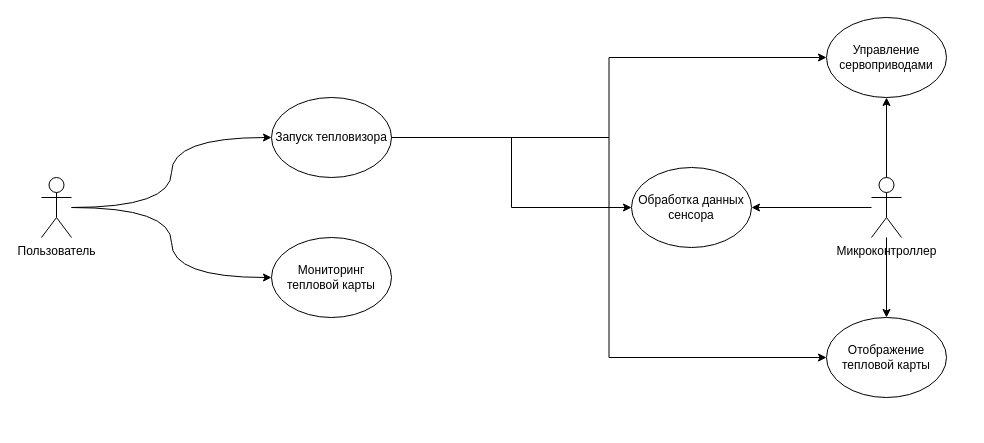
Before: 7SEM/Kurs_Project_Popov/Review/Диаграмма без названия.drawio in dYGamma/VuzUC, a draw.io diagram. Source tidied: cells renumbered, new cells numbered last; positions are measured from the earlier drawing's top-left corner, leaving out a move shared by most shapes. Both pictures are drawn from the tidied source at 100%, with x=0, y=0 at pixel (41, 17).
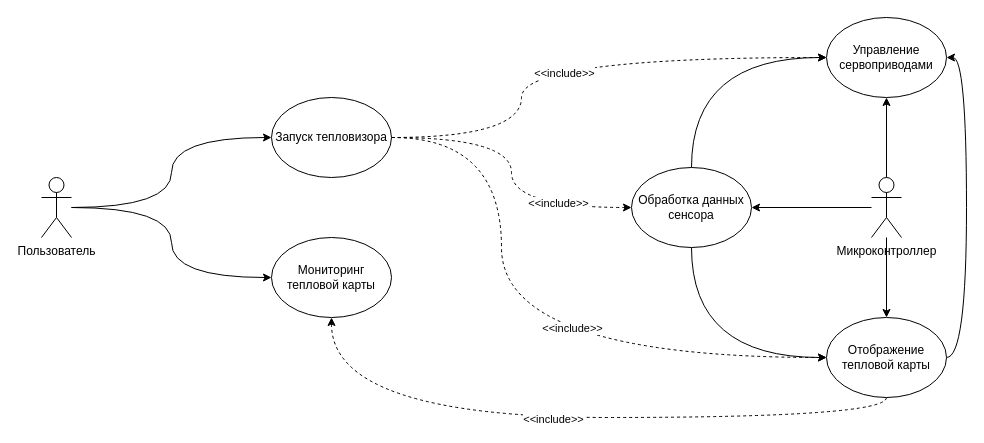
Above is the later version.

Unchanged cells that the change refers to:
```xml
<mxCell id="12" value="Запуск тепловизора" style="ellipse;whiteSpace=wrap;html=1;" parent="1" vertex="1">
  <mxGeometry x="230" y="80" width="120" height="80" as="geometry" />
</mxCell>
<mxCell id="13" value="Мониторинг тепловой карты" style="ellipse;whiteSpace=wrap;html=1;" parent="1" vertex="1">
  <mxGeometry x="230" y="220" width="120" height="80" as="geometry" />
</mxCell>
<mxCell id="14" value="Управление сервоприводами" style="ellipse;whiteSpace=wrap;html=1;" parent="1" vertex="1">
  <mxGeometry x="785" width="120" height="80" as="geometry" />
</mxCell>
<mxCell id="15" value="Отображение тепловой карты" style="ellipse;whiteSpace=wrap;html=1;" parent="1" vertex="1">
  <mxGeometry x="785" y="300" width="120" height="80" as="geometry" />
</mxCell>
<mxCell id="16" value="Обработка данных сенсора" style="ellipse;whiteSpace=wrap;html=1;" parent="1" vertex="1">
  <mxGeometry x="590" y="150" width="120" height="80" as="geometry" />
</mxCell>
```

Change to the diagram source:
```diff
@@
-    <mxCell id="9" style="edgeStyle=orthogonalEdgeStyle;rounded=0;jettySize=auto;html=1;" parent="1" edge="1" source="12" target="14">
-      <mxGeometry relative="1" as="geometry" />
+    <mxCell id="9" style="edgeStyle=orthogonalEdgeStyle;rounded=0;jettySize=auto;html=1;curved=1;dashed=1;" parent="1" edge="1" source="12" target="14">
+      <mxGeometry relative="1" as="geometry">
+        <Array as="points">
+          <mxPoint x="480" y="120" />
+          <mxPoint x="480" y="40" />
+        </Array>
+      </mxGeometry>
     </mxCell>
+    <mxCell id="17" value="&amp;lt;&amp;lt;include&amp;gt;&amp;gt;" style="edgeLabel;html=1;align=center;verticalAlign=middle;" parent="9" vertex="1">
+      <mxGeometry x="-0.02" y="-15" relative="1" as="geometry" />
+    </mxCell>
-    <mxCell id="10" style="edgeStyle=orthogonalEdgeStyle;rounded=0;jettySize=auto;html=1;" parent="1" edge="1" source="12" target="16">
+    <mxCell id="10" style="edgeStyle=orthogonalEdgeStyle;rounded=0;jettySize=auto;html=1;curved=1;dashed=1;" parent="1" edge="1" source="12" target="16">
       <mxGeometry relative="1" as="geometry" />
     </mxCell>
+    <mxCell id="18" value="&amp;lt;&amp;lt;include&amp;gt;&amp;gt;" style="edgeLabel;html=1;align=center;verticalAlign=middle;" parent="10" vertex="1">
+      <mxGeometry x="0.52" y="5" relative="1" as="geometry" />
+    </mxCell>
-    <mxCell id="11" style="edgeStyle=orthogonalEdgeStyle;rounded=0;jettySize=auto;html=1;entryX=0;entryY=0.5;entryDx=0;entryDy=0;" parent="1" edge="1" source="12" target="15">
-      <mxGeometry relative="1" as="geometry" />
+    <mxCell id="11" style="edgeStyle=orthogonalEdgeStyle;rounded=0;jettySize=auto;html=1;entryX=0;entryY=0.5;entryDx=0;entryDy=0;curved=1;dashed=1;" parent="1" edge="1" source="12" target="15">
+      <mxGeometry relative="1" as="geometry">
+        <Array as="points">
+          <mxPoint x="460" y="120" />
+          <mxPoint x="460" y="340" />
+        </Array>
+      </mxGeometry>
     </mxCell>
+    <mxCell id="19" value="&amp;lt;&amp;lt;include&amp;gt;&amp;gt;" style="edgeLabel;html=1;align=center;verticalAlign=middle;" parent="11" vertex="1">
+      <mxGeometry x="0.22" y="30" relative="1" as="geometry" />
+    </mxCell>
@@
+    <mxCell id="20" style="edgeStyle=orthogonalEdgeStyle;rounded=0;jettySize=auto;html=1;entryX=1;entryY=0.5;entryDx=0;entryDy=0;exitX=1;exitY=0.5;exitDx=0;exitDy=0;curved=1;" parent="1" edge="1" source="15" target="14">
+      <mxGeometry relative="1" as="geometry" />
+    </mxCell>
+    <mxCell id="21" style="edgeStyle=orthogonalEdgeStyle;rounded=0;jettySize=auto;html=1;entryX=0.5;entryY=1;entryDx=0;entryDy=0;exitX=0.5;exitY=1;exitDx=0;exitDy=0;curved=1;dashed=1;" parent="1" edge="1" source="15" target="13">
+      <mxGeometry relative="1" as="geometry" />
+    </mxCell>
+    <mxCell id="22" value="&amp;lt;&amp;lt;include&amp;gt;&amp;gt;" style="edgeLabel;html=1;align=center;verticalAlign=middle;" parent="21" vertex="1">
+      <mxGeometry x="0.05" y="1" relative="1" as="geometry" />
+    </mxCell>
@@
+    <mxCell id="23" style="edgeStyle=orthogonalEdgeStyle;rounded=0;jettySize=auto;html=1;entryX=0;entryY=0.5;entryDx=0;entryDy=0;curved=1;exitX=0.5;exitY=0;exitDx=0;exitDy=0;" parent="1" edge="1" source="16" target="14">
+      <mxGeometry relative="1" as="geometry" />
+    </mxCell>
+    <mxCell id="24" style="edgeStyle=orthogonalEdgeStyle;rounded=0;jettySize=auto;html=1;entryX=0;entryY=0.5;entryDx=0;entryDy=0;curved=1;exitX=0.5;exitY=1;exitDx=0;exitDy=0;" parent="1" edge="1" source="16" target="15">
+      <mxGeometry relative="1" as="geometry" />
+    </mxCell>
```
